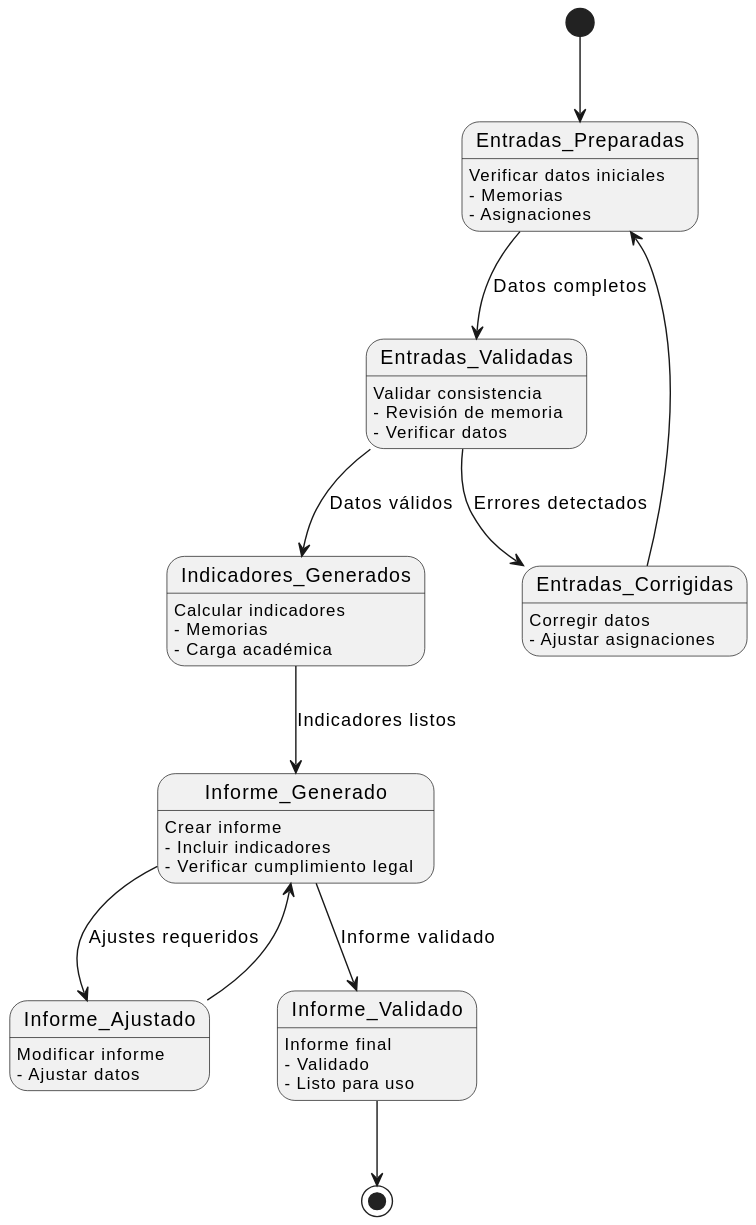
Above: images/modelosUML/MdD/diagramaDeEstados3.svg in mmasias/24-25-IdSw1-SDR (PlantUML), before the change. Its diagram source:
```plantuml
@startuml
[*] --> Entradas_Preparadas

state Entradas_Preparadas {
    Entradas_Preparadas : Verificar datos iniciales
    Entradas_Preparadas : - Memorias
    Entradas_Preparadas : - Asignaciones
}

Entradas_Preparadas --> Entradas_Validadas : Datos completos

state Entradas_Validadas {
    Entradas_Validadas : Validar consistencia
    Entradas_Validadas : - Revisión de memoria
    Entradas_Validadas : - Verificar datos
}

Entradas_Validadas --> Indicadores_Generados : Datos válidos
Entradas_Validadas --> Entradas_Corrigidas : Errores detectados

state Entradas_Corrigidas {
    Entradas_Corrigidas : Corregir datos
    Entradas_Corrigidas : - Ajustar asignaciones
}

Entradas_Corrigidas --> Entradas_Preparadas

state Indicadores_Generados {
    Indicadores_Generados : Calcular indicadores
    Indicadores_Generados : - Memorias
    Indicadores_Generados : - Carga académica
}

Indicadores_Generados --> Informe_Generado : Indicadores listos

state Informe_Generado {
    Informe_Generado : Crear informe
    Informe_Generado : - Incluir indicadores
    Informe_Generado : - Verificar cumplimiento legal
}

Informe_Generado --> Informe_Ajustado : Ajustes requeridos
Informe_Generado --> Informe_Validado : Informe validado

state Informe_Ajustado {
    Informe_Ajustado : Modificar informe
    Informe_Ajustado : - Ajustar datos
}

Informe_Ajustado --> Informe_Generado

state Informe_Validado {
    Informe_Validado : Informe final
    Informe_Validado : - Validado
    Informe_Validado : - Listo para uso
}

Informe_Validado --> [*]
@enduml
```
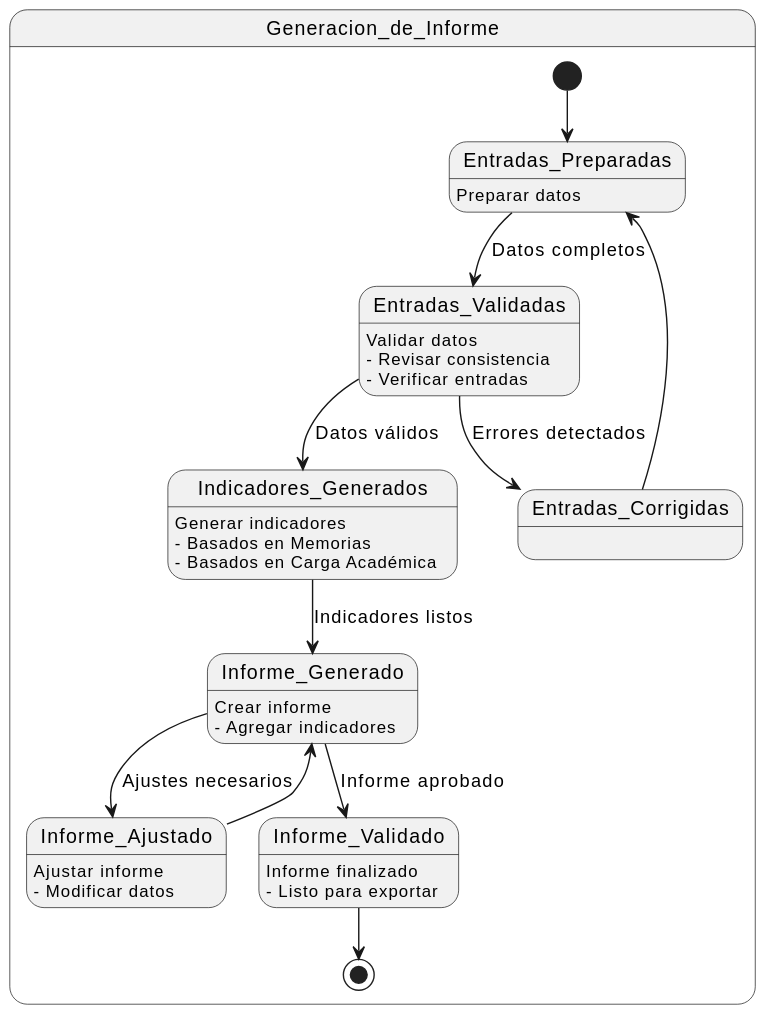
The same diagram one commit later.

Commit message:
Actualizar diagramas de estados: mejorar la estructura y claridad de los estados y transiciones

What changed in the source:
```diff
@@ -1,59 +1,39 @@
 @startuml
-[*] --> Entradas_Preparadas
-
-state Entradas_Preparadas {
-    Entradas_Preparadas : Verificar datos iniciales
-    Entradas_Preparadas : - Memorias
-    Entradas_Preparadas : - Asignaciones
+state Generacion_de_Informe {
+    [*] --> Entradas_Preparadas
+    state Entradas_Preparadas {
+        Entradas_Preparadas : Preparar datos
+    }
+    Entradas_Preparadas --> Entradas_Validadas : Datos completos
+    state Entradas_Validadas {
+        Entradas_Validadas : Validar datos
+        Entradas_Validadas : - Revisar consistencia
+        Entradas_Validadas : - Verificar entradas
+    }
+    Entradas_Validadas --> Indicadores_Generados : Datos válidos
+    Entradas_Validadas --> Entradas_Corrigidas : Errores detectados
+    Entradas_Corrigidas --> Entradas_Preparadas
+    state Indicadores_Generados {
+        Indicadores_Generados : Generar indicadores
+        Indicadores_Generados : - Basados en Memorias
+        Indicadores_Generados : - Basados en Carga Académica
+    }
+    Indicadores_Generados --> Informe_Generado : Indicadores listos
+    state Informe_Generado {
+        Informe_Generado : Crear informe
+        Informe_Generado : - Agregar indicadores
+    }
+    Informe_Generado --> Informe_Ajustado : Ajustes necesarios
+    Informe_Generado --> Informe_Validado : Informe aprobado
+    state Informe_Ajustado {
+        Informe_Ajustado : Ajustar informe
+        Informe_Ajustado : - Modificar datos
+    }
+    Informe_Ajustado --> Informe_Generado
+    state Informe_Validado {
+        Informe_Validado : Informe finalizado
+        Informe_Validado : - Listo para exportar
+    }
+    Informe_Validado --> [*]
 }
-
-Entradas_Preparadas --> Entradas_Validadas : Datos completos
-
-state Entradas_Validadas {
-    Entradas_Validadas : Validar consistencia
-    Entradas_Validadas : - Revisión de memoria
-    Entradas_Validadas : - Verificar datos
-}
-
-Entradas_Validadas --> Indicadores_Generados : Datos válidos
-Entradas_Validadas --> Entradas_Corrigidas : Errores detectados
-
-state Entradas_Corrigidas {
-    Entradas_Corrigidas : Corregir datos
-    Entradas_Corrigidas : - Ajustar asignaciones
-}
-
-Entradas_Corrigidas --> Entradas_Preparadas
-
-state Indicadores_Generados {
-    Indicadores_Generados : Calcular indicadores
-    Indicadores_Generados : - Memorias
-    Indicadores_Generados : - Carga académica
-}
-
-Indicadores_Generados --> Informe_Generado : Indicadores listos
-
-state Informe_Generado {
-    Informe_Generado : Crear informe
-    Informe_Generado : - Incluir indicadores
-    Informe_Generado : - Verificar cumplimiento legal
-}
-
-Informe_Generado --> Informe_Ajustado : Ajustes requeridos
-Informe_Generado --> Informe_Validado : Informe validado
-
-state Informe_Ajustado {
-    Informe_Ajustado : Modificar informe
-    Informe_Ajustado : - Ajustar datos
-}
-
-Informe_Ajustado --> Informe_Generado
-
-state Informe_Validado {
-    Informe_Validado : Informe final
-    Informe_Validado : - Validado
-    Informe_Validado : - Listo para uso
-}
-
-Informe_Validado --> [*]
 @enduml
```
